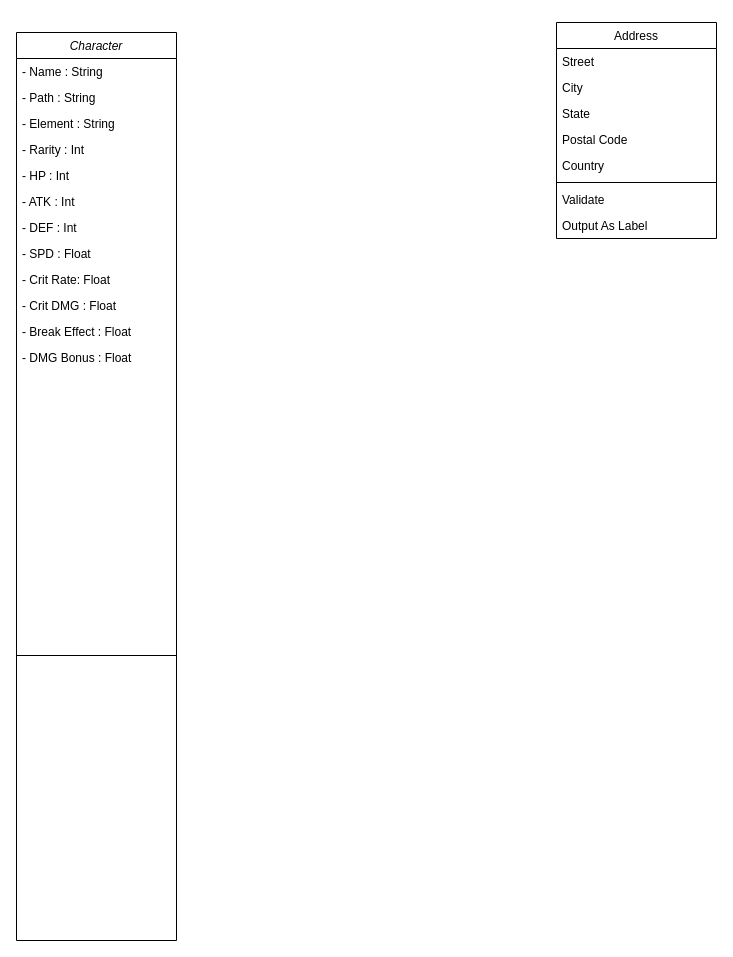
The draw.io diagram HSR UML.drawio in YourfriendTutu/HSR_Dmg_Calc, before the edit. Source tidied: cells renumbered, new cells numbered last; positions are measured from the earlier drawing's top-left corner, leaving out a move shared by most shapes. Both pictures are drawn from the tidied source at 100%, with x=0, y=0 at pixel (16, 22).
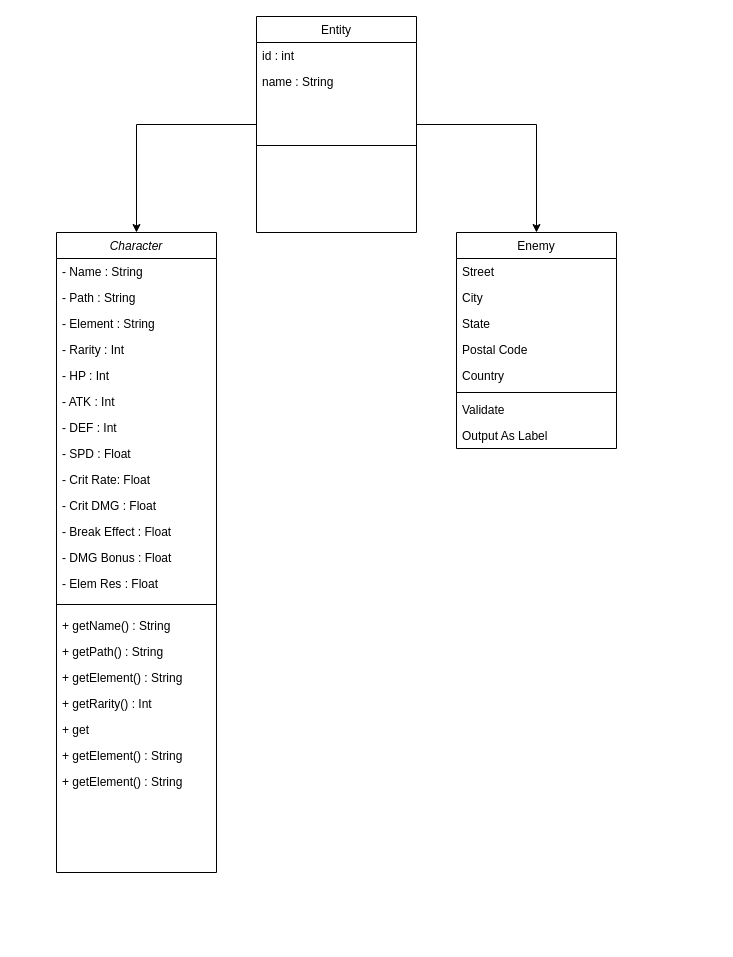
The same diagram, later.

Change to the diagram source:
```diff
@@
     <mxCell id="2" value="Character" style="swimlane;fontStyle=2;align=center;verticalAlign=top;horizontal=1;startSize=26;rounded=0;shadow=0;strokeWidth=1;" parent="1" vertex="1">
-      <mxGeometry y="10" width="160" height="908" as="geometry" />
+      <mxGeometry x="40" y="210" width="160" height="640" as="geometry" />
     </mxCell>
@@
+    <mxCell id="25" value="- Elem Res : Float" style="text;align=left;verticalAlign=top;spacingLeft=4;spacingRight=4;overflow=hidden;rounded=0;shadow=0;html=0;" parent="2" vertex="1">
+      <mxGeometry y="338" width="160" height="26" as="geometry" />
+    </mxCell>
     <mxCell id="15" style="line;html=1;strokeWidth=1;align=left;verticalAlign=middle;spacingTop=-1;spacingLeft=3;spacingRight=3;labelPosition=right;" parent="2" vertex="1">
-      <mxGeometry y="338" width="160" height="570" as="geometry" />
+      <mxGeometry y="364" width="160" height="16" as="geometry" />
     </mxCell>
+    <mxCell id="26" value="+ getName() : String" style="text;align=left;verticalAlign=top;spacingLeft=4;spacingRight=4;overflow=hidden;rounded=0;shadow=0;html=0;" parent="2" vertex="1">
+      <mxGeometry y="380" width="160" height="26" as="geometry" />
+    </mxCell>
+    <mxCell id="27" value="+ getPath() : String" style="text;align=left;verticalAlign=top;spacingLeft=4;spacingRight=4;overflow=hidden;rounded=0;shadow=0;html=0;" parent="2" vertex="1">
+      <mxGeometry y="406" width="160" height="26" as="geometry" />
+    </mxCell>
+    <mxCell id="28" value="+ getElement() : String" style="text;align=left;verticalAlign=top;spacingLeft=4;spacingRight=4;overflow=hidden;rounded=0;shadow=0;html=0;" parent="2" vertex="1">
+      <mxGeometry y="432" width="160" height="26" as="geometry" />
+    </mxCell>
+    <mxCell id="29" value="+ getRarity() : Int" style="text;align=left;verticalAlign=top;spacingLeft=4;spacingRight=4;overflow=hidden;rounded=0;shadow=0;html=0;" parent="2" vertex="1">
+      <mxGeometry y="458" width="160" height="26" as="geometry" />
+    </mxCell>
+    <mxCell id="30" value="+ get" style="text;align=left;verticalAlign=top;spacingLeft=4;spacingRight=4;overflow=hidden;rounded=0;shadow=0;html=0;" parent="2" vertex="1">
+      <mxGeometry y="484" width="160" height="26" as="geometry" />
+    </mxCell>
+    <mxCell id="31" value="+ getElement() : String" style="text;align=left;verticalAlign=top;spacingLeft=4;spacingRight=4;overflow=hidden;rounded=0;shadow=0;html=0;" parent="2" vertex="1">
+      <mxGeometry y="510" width="160" height="26" as="geometry" />
+    </mxCell>
+    <mxCell id="32" value="+ getElement() : String" style="text;align=left;verticalAlign=top;spacingLeft=4;spacingRight=4;overflow=hidden;rounded=0;shadow=0;html=0;" parent="2" vertex="1">
+      <mxGeometry y="536" width="160" height="26" as="geometry" />
+    </mxCell>
+    <mxCell id="33" style="edgeStyle=orthogonalEdgeStyle;rounded=0;jettySize=auto;html=1;entryX=0.5;entryY=0;entryDx=0;entryDy=0;" parent="1" edge="1" source="16" target="35">
+      <mxGeometry relative="1" as="geometry" />
+    </mxCell>
+    <mxCell id="34" style="edgeStyle=orthogonalEdgeStyle;rounded=0;jettySize=auto;html=1;entryX=0.5;entryY=0;entryDx=0;entryDy=0;" parent="1" edge="1" source="16" target="2">
+      <mxGeometry relative="1" as="geometry" />
+    </mxCell>
-    <mxCell id="16" value="Address" style="swimlane;fontStyle=0;align=center;verticalAlign=top;horizontal=1;startSize=26;rounded=0;shadow=0;strokeWidth=1;" parent="1" vertex="1">
-      <mxGeometry x="540" width="160" height="216" as="geometry" />
+    <mxCell id="16" value="Entity" style="swimlane;fontStyle=0;align=center;verticalAlign=top;horizontal=1;startSize=26;rounded=0;shadow=0;strokeWidth=1;" parent="1" vertex="1">
+      <mxGeometry x="240" y="-6" width="160" height="216" as="geometry" />
     </mxCell>
-    <mxCell id="17" value="Street" style="text;align=left;verticalAlign=top;spacingLeft=4;spacingRight=4;overflow=hidden;" parent="16" vertex="1">
+    <mxCell id="17" value="id : int" style="text;align=left;verticalAlign=top;spacingLeft=4;spacingRight=4;overflow=hidden;" parent="16" vertex="1">
       <mxGeometry y="26" width="160" height="26" as="geometry" />
     </mxCell>
-    <mxCell id="18" value="City" style="text;align=left;verticalAlign=top;spacingLeft=4;spacingRight=4;overflow=hidden;rounded=0;shadow=0;html=0;" parent="16" vertex="1">
+    <mxCell id="18" value="name : String" style="text;align=left;verticalAlign=top;spacingLeft=4;spacingRight=4;overflow=hidden;rounded=0;shadow=0;html=0;" parent="16" vertex="1">
       <mxGeometry y="52" width="160" height="26" as="geometry" />
     </mxCell>
+    <mxCell id="22" style="line;html=1;strokeWidth=1;align=left;verticalAlign=middle;spacingTop=-1;spacingLeft=3;spacingRight=3;labelPosition=right;" parent="16" vertex="1">
+      <mxGeometry y="78" width="160" height="102" as="geometry" />
+    </mxCell>
+    <mxCell id="35" value="Enemy" style="swimlane;fontStyle=0;align=center;verticalAlign=top;horizontal=1;startSize=26;rounded=0;shadow=0;strokeWidth=1;" parent="1" vertex="1">
+      <mxGeometry x="440" y="210" width="160" height="216" as="geometry" />
+    </mxCell>
+    <mxCell id="36" value="Street" style="text;align=left;verticalAlign=top;spacingLeft=4;spacingRight=4;overflow=hidden;" parent="35" vertex="1">
+      <mxGeometry y="26" width="160" height="26" as="geometry" />
+    </mxCell>
+    <mxCell id="37" value="City" style="text;align=left;verticalAlign=top;spacingLeft=4;spacingRight=4;overflow=hidden;rounded=0;shadow=0;html=0;" parent="35" vertex="1">
+      <mxGeometry y="52" width="160" height="26" as="geometry" />
+    </mxCell>
-    <mxCell id="19" value="State" style="text;align=left;verticalAlign=top;spacingLeft=4;spacingRight=4;overflow=hidden;rounded=0;shadow=0;html=0;" parent="16" vertex="1">
+    <mxCell id="19" value="State" style="text;align=left;verticalAlign=top;spacingLeft=4;spacingRight=4;overflow=hidden;rounded=0;shadow=0;html=0;" parent="35" vertex="1">
       <mxGeometry y="78" width="160" height="26" as="geometry" />
     </mxCell>
-    <mxCell id="20" value="Postal Code" style="text;align=left;verticalAlign=top;spacingLeft=4;spacingRight=4;overflow=hidden;rounded=0;shadow=0;html=0;" parent="16" vertex="1">
+    <mxCell id="20" value="Postal Code" style="text;align=left;verticalAlign=top;spacingLeft=4;spacingRight=4;overflow=hidden;rounded=0;shadow=0;html=0;" parent="35" vertex="1">
       <mxGeometry y="104" width="160" height="26" as="geometry" />
     </mxCell>
-    <mxCell id="21" value="Country" style="text;align=left;verticalAlign=top;spacingLeft=4;spacingRight=4;overflow=hidden;rounded=0;shadow=0;html=0;" parent="16" vertex="1">
+    <mxCell id="21" value="Country" style="text;align=left;verticalAlign=top;spacingLeft=4;spacingRight=4;overflow=hidden;rounded=0;shadow=0;html=0;" parent="35" vertex="1">
       <mxGeometry y="130" width="160" height="26" as="geometry" />
     </mxCell>
-    <mxCell id="22" style="line;html=1;strokeWidth=1;align=left;verticalAlign=middle;spacingTop=-1;spacingLeft=3;spacingRight=3;labelPosition=right;" parent="16" vertex="1">
-      <mxGeometry y="156" width="160" height="8" as="geometry" />
-    </mxCell>
+    <mxCell id="38" style="line;html=1;strokeWidth=1;align=left;verticalAlign=middle;spacingTop=-1;spacingLeft=3;spacingRight=3;labelPosition=right;" parent="35" vertex="1">
+      <mxGeometry y="156" width="160" height="8" as="geometry" />
+    </mxCell>
-    <mxCell id="23" value="Validate" style="text;align=left;verticalAlign=top;spacingLeft=4;spacingRight=4;overflow=hidden;" parent="16" vertex="1">
+    <mxCell id="23" value="Validate" style="text;align=left;verticalAlign=top;spacingLeft=4;spacingRight=4;overflow=hidden;" parent="35" vertex="1">
       <mxGeometry y="164" width="160" height="26" as="geometry" />
     </mxCell>
-    <mxCell id="24" value="Output As Label" style="text;align=left;verticalAlign=top;spacingLeft=4;spacingRight=4;overflow=hidden;" parent="16" vertex="1">
+    <mxCell id="24" value="Output As Label" style="text;align=left;verticalAlign=top;spacingLeft=4;spacingRight=4;overflow=hidden;" parent="35" vertex="1">
       <mxGeometry y="190" width="160" height="26" as="geometry" />
     </mxCell>
```
